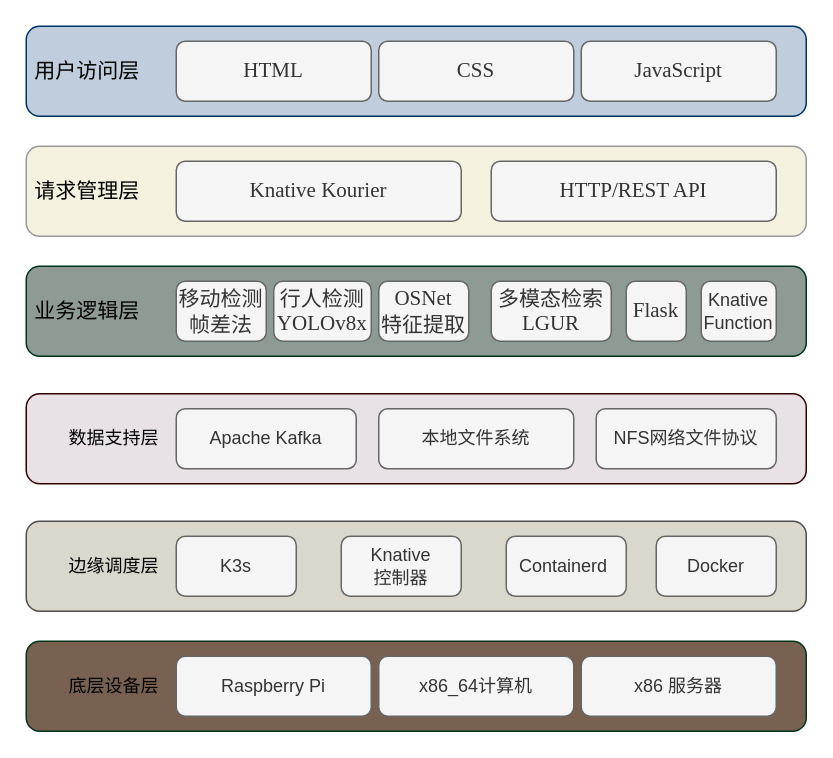
Earlier version of the draw.io diagram page "系统技术栈" (6 of 6) of directory/边缘架构.drawio (lllwwwooo/draw.io). Source tidied: cells renumbered, new cells numbered last; positions are measured from the earlier drawing's top-left corner, leaving out a move shared by most shapes. Both pictures are drawn from the tidied source at 150%, with x=0, y=0 at pixel (26, 26).
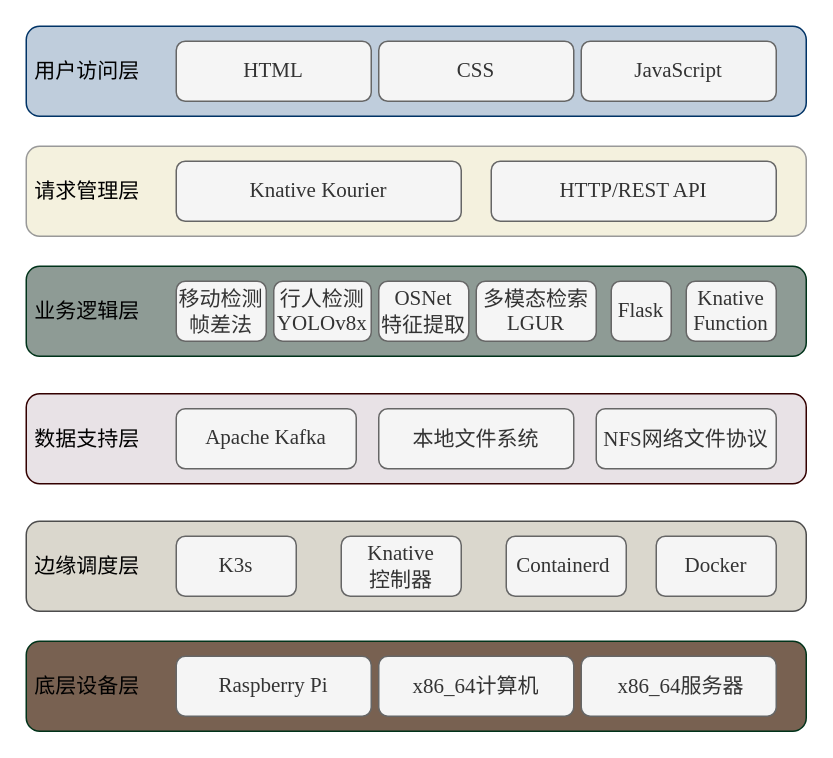
Above is the later version.

Diff of the diagram source:
```diff
@@
     <mxCell id="9" value="&lt;font face=&quot;宋体&quot; style=&quot;font-size: 14px;&quot;&gt;多模态检索&lt;/font&gt;&lt;div&gt;&lt;font style=&quot;font-size: 14px;&quot; face=&quot;Times New Roman&quot;&gt;LGUR&lt;/font&gt;&lt;/div&gt;" style="rounded=1;whiteSpace=wrap;html=1;fillColor=#f5f5f5;strokeColor=#666666;fontColor=#333333;" parent="1" vertex="1">
-      <mxGeometry x="310" y="170" width="80" height="40" as="geometry" />
+      <mxGeometry x="300" y="170" width="80" height="40" as="geometry" />
     </mxCell>
@@
-    <mxCell id="11" value="&lt;span style=&quot;white-space: pre;&quot;&gt;&#9;&lt;/span&gt;数据支持层" style="rounded=1;whiteSpace=wrap;html=1;align=left;fillColor=#E8E2E6;strokeColor=#330000;" parent="1" vertex="1">
+    <mxCell id="11" value="&lt;font face=&quot;宋体&quot; style=&quot;font-size: 14px;&quot;&gt;&amp;nbsp;数据支持层&lt;/font&gt;" style="rounded=1;whiteSpace=wrap;html=1;align=left;fillColor=#E8E2E6;strokeColor=#330000;" parent="1" vertex="1">
       <mxGeometry y="245" width="520" height="60" as="geometry" />
     </mxCell>
-    <mxCell id="12" value="&lt;font&gt;Apache Kafka&lt;/font&gt;" style="rounded=1;whiteSpace=wrap;html=1;fillColor=#f5f5f5;strokeColor=#666666;fontColor=#333333;" parent="1" vertex="1">
+    <mxCell id="12" value="&lt;font face=&quot;Times New Roman&quot; style=&quot;font-size: 14px;&quot;&gt;Apache Kafka&lt;/font&gt;" style="rounded=1;whiteSpace=wrap;html=1;fillColor=#f5f5f5;strokeColor=#666666;fontColor=#333333;" parent="1" vertex="1">
       <mxGeometry x="100" y="255" width="120" height="40" as="geometry" />
     </mxCell>
-    <mxCell id="13" value="本地文件系统" style="rounded=1;whiteSpace=wrap;html=1;fillColor=#f5f5f5;strokeColor=#666666;fontColor=#333333;" parent="1" vertex="1">
+    <mxCell id="13" value="&lt;font face=&quot;宋体&quot; style=&quot;font-size: 14px;&quot;&gt;本地文件系统&lt;/font&gt;" style="rounded=1;whiteSpace=wrap;html=1;fillColor=#f5f5f5;strokeColor=#666666;fontColor=#333333;" parent="1" vertex="1">
       <mxGeometry x="235" y="255" width="130" height="40" as="geometry" />
     </mxCell>
-    <mxCell id="14" value="&lt;span style=&quot;white-space: pre;&quot;&gt;&#9;&lt;/span&gt;边缘调度层" style="rounded=1;whiteSpace=wrap;html=1;align=left;fillColor=#DAD7CD;strokeColor=#4D4D4D;" parent="1" vertex="1">
+    <mxCell id="14" value="&lt;font face=&quot;宋体&quot; style=&quot;font-size: 14px;&quot;&gt;&amp;nbsp;边缘调度层&lt;/font&gt;" style="rounded=1;whiteSpace=wrap;html=1;align=left;fillColor=#DAD7CD;strokeColor=#4D4D4D;" parent="1" vertex="1">
       <mxGeometry y="330" width="520" height="60" as="geometry" />
     </mxCell>
-    <mxCell id="15" value="&lt;font&gt;K3s&lt;/font&gt;" style="rounded=1;whiteSpace=wrap;html=1;fillColor=#f5f5f5;strokeColor=#666666;fontColor=#333333;" parent="1" vertex="1">
+    <mxCell id="15" value="&lt;font face=&quot;Times New Roman&quot; style=&quot;font-size: 14px;&quot;&gt;K3s&lt;/font&gt;" style="rounded=1;whiteSpace=wrap;html=1;fillColor=#f5f5f5;strokeColor=#666666;fontColor=#333333;" parent="1" vertex="1">
       <mxGeometry x="100" y="340" width="80" height="40" as="geometry" />
     </mxCell>
-    <mxCell id="16" value="&lt;span style=&quot;white-space: pre;&quot;&gt;&#9;&lt;/span&gt;底层设备层" style="rounded=1;whiteSpace=wrap;html=1;align=left;fillColor=#786151;strokeColor=#00331A;" parent="1" vertex="1">
+    <mxCell id="16" value="&lt;font face=&quot;宋体&quot; style=&quot;font-size: 14px;&quot;&gt;&amp;nbsp;底层设备层&lt;/font&gt;" style="rounded=1;whiteSpace=wrap;html=1;align=left;fillColor=#786151;strokeColor=#00331A;" parent="1" vertex="1">
       <mxGeometry y="410" width="520" height="60" as="geometry" />
     </mxCell>
-    <mxCell id="17" value="Raspberry Pi" style="rounded=1;whiteSpace=wrap;html=1;fillColor=#f5f5f5;strokeColor=#666666;fontColor=#333333;" parent="1" vertex="1">
+    <mxCell id="17" value="&lt;font face=&quot;Times New Roman&quot; style=&quot;font-size: 14px;&quot;&gt;Raspberry Pi&lt;/font&gt;" style="rounded=1;whiteSpace=wrap;html=1;fillColor=#f5f5f5;strokeColor=#666666;fontColor=#333333;" parent="1" vertex="1">
       <mxGeometry x="100" y="420" width="130" height="40" as="geometry" />
     </mxCell>
-    <mxCell id="18" value="x86_64计算机" style="rounded=1;whiteSpace=wrap;html=1;fillColor=#f5f5f5;strokeColor=#666666;fontColor=#333333;" parent="1" vertex="1">
+    <mxCell id="18" value="&lt;font face=&quot;Times New Roman&quot; style=&quot;font-size: 14px;&quot;&gt;x86_64&lt;/font&gt;&lt;font face=&quot;宋体&quot; style=&quot;font-size: 14px;&quot;&gt;计算机&lt;/font&gt;" style="rounded=1;whiteSpace=wrap;html=1;fillColor=#f5f5f5;strokeColor=#666666;fontColor=#333333;" parent="1" vertex="1">
       <mxGeometry x="235" y="420" width="130" height="40" as="geometry" />
     </mxCell>
-    <mxCell id="19" value="x86&lt;span style=&quot;background-color: transparent; color: light-dark(rgb(51, 51, 51), rgb(193, 193, 193));&quot;&gt;&amp;nbsp;服务器&lt;/span&gt;" style="rounded=1;whiteSpace=wrap;html=1;fillColor=#f5f5f5;strokeColor=#666666;fontColor=#333333;" parent="1" vertex="1">
+    <mxCell id="19" value="&lt;span style=&quot;background-color: transparent; color: light-dark(rgb(51, 51, 51), rgb(193, 193, 193));&quot;&gt;&amp;nbsp;&lt;/span&gt;&lt;span style=&quot;font-family: &amp;quot;Times New Roman&amp;quot;; font-size: 14px;&quot;&gt;x86_64&lt;/span&gt;&lt;span style=&quot;background-color: transparent; color: light-dark(rgb(51, 51, 51), rgb(193, 193, 193));&quot;&gt;&lt;font face=&quot;宋体&quot; style=&quot;font-size: 14px;&quot;&gt;服务器&lt;/font&gt;&lt;/span&gt;" style="rounded=1;whiteSpace=wrap;html=1;fillColor=#f5f5f5;strokeColor=#666666;fontColor=#333333;" parent="1" vertex="1">
       <mxGeometry x="370" y="420" width="130" height="40" as="geometry" />
     </mxCell>
@@
     <mxCell id="23" value="&lt;font face=&quot;Times New Roman&quot; style=&quot;font-size: 14px;&quot;&gt;Flask&lt;/font&gt;" style="rounded=1;whiteSpace=wrap;html=1;fillColor=#f5f5f5;strokeColor=#666666;fontColor=#333333;" parent="1" vertex="1">
-      <mxGeometry x="400" y="170" width="40" height="40" as="geometry" />
+      <mxGeometry x="390" y="170" width="40" height="40" as="geometry" />
     </mxCell>
-    <mxCell id="24" value="Knative&lt;div&gt;Function&lt;/div&gt;" style="rounded=1;whiteSpace=wrap;html=1;fillColor=#f5f5f5;strokeColor=#666666;fontColor=#333333;" parent="1" vertex="1">
-      <mxGeometry x="450" y="170" width="50" height="40" as="geometry" />
+    <mxCell id="24" value="&lt;font face=&quot;Times New Roman&quot; style=&quot;font-size: 14px;&quot;&gt;Knative&lt;/font&gt;&lt;div&gt;&lt;font style=&quot;font-size: 14px;&quot; face=&quot;Times New Roman&quot;&gt;Function&lt;/font&gt;&lt;/div&gt;" style="rounded=1;whiteSpace=wrap;html=1;fillColor=#f5f5f5;strokeColor=#666666;fontColor=#333333;" parent="1" vertex="1">
+      <mxGeometry x="440" y="170" width="60" height="40" as="geometry" />
     </mxCell>
-    <mxCell id="25" value="Knative&lt;div&gt;控制器&lt;/div&gt;" style="rounded=1;whiteSpace=wrap;html=1;fillColor=#f5f5f5;strokeColor=#666666;fontColor=#333333;" parent="1" vertex="1">
+    <mxCell id="25" value="&lt;font face=&quot;Times New Roman&quot; style=&quot;font-size: 14px;&quot;&gt;Knative&lt;/font&gt;&lt;div&gt;&lt;font face=&quot;宋体&quot; style=&quot;font-size: 14px;&quot;&gt;控制器&lt;/font&gt;&lt;/div&gt;" style="rounded=1;whiteSpace=wrap;html=1;fillColor=#f5f5f5;strokeColor=#666666;fontColor=#333333;" parent="1" vertex="1">
       <mxGeometry x="210" y="340" width="80" height="40" as="geometry" />
     </mxCell>
-    <mxCell id="26" value="Containerd&amp;nbsp;" style="rounded=1;whiteSpace=wrap;html=1;fillColor=#f5f5f5;strokeColor=#666666;fontColor=#333333;" parent="1" vertex="1">
+    <mxCell id="26" value="&lt;font face=&quot;Times New Roman&quot; style=&quot;font-size: 14px;&quot;&gt;Containerd&amp;nbsp;&lt;/font&gt;" style="rounded=1;whiteSpace=wrap;html=1;fillColor=#f5f5f5;strokeColor=#666666;fontColor=#333333;" parent="1" vertex="1">
       <mxGeometry x="320" y="340" width="80" height="40" as="geometry" />
     </mxCell>
-    <mxCell id="27" value="Docker" style="rounded=1;whiteSpace=wrap;html=1;fillColor=#f5f5f5;strokeColor=#666666;fontColor=#333333;" parent="1" vertex="1">
+    <mxCell id="27" value="&lt;font face=&quot;Times New Roman&quot; style=&quot;font-size: 14px;&quot;&gt;Docker&lt;/font&gt;" style="rounded=1;whiteSpace=wrap;html=1;fillColor=#f5f5f5;strokeColor=#666666;fontColor=#333333;" parent="1" vertex="1">
       <mxGeometry x="420" y="340" width="80" height="40" as="geometry" />
     </mxCell>
-    <mxCell id="28" value="&lt;font&gt;NFS网络文件协议&lt;/font&gt;" style="rounded=1;whiteSpace=wrap;html=1;fillColor=#f5f5f5;strokeColor=#666666;fontColor=#333333;" parent="1" vertex="1">
+    <mxCell id="28" value="&lt;font face=&quot;Times New Roman&quot; style=&quot;font-size: 14px;&quot;&gt;NFS&lt;/font&gt;&lt;font face=&quot;宋体&quot; style=&quot;font-size: 14px;&quot;&gt;网络文件协议&lt;/font&gt;" style="rounded=1;whiteSpace=wrap;html=1;fillColor=#f5f5f5;strokeColor=#666666;fontColor=#333333;" parent="1" vertex="1">
       <mxGeometry x="380" y="255" width="120" height="40" as="geometry" />
     </mxCell>
```
